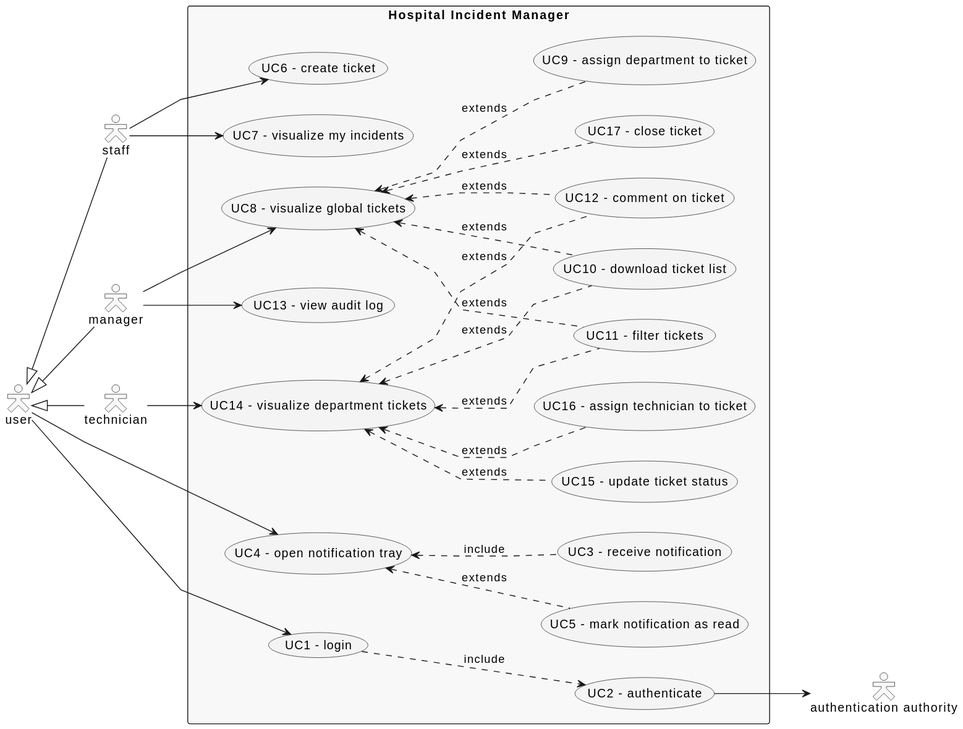
Above: diagrams/images/Scenarios.svg in mablospate/hospital-incident-manager (PlantUML), before the change.
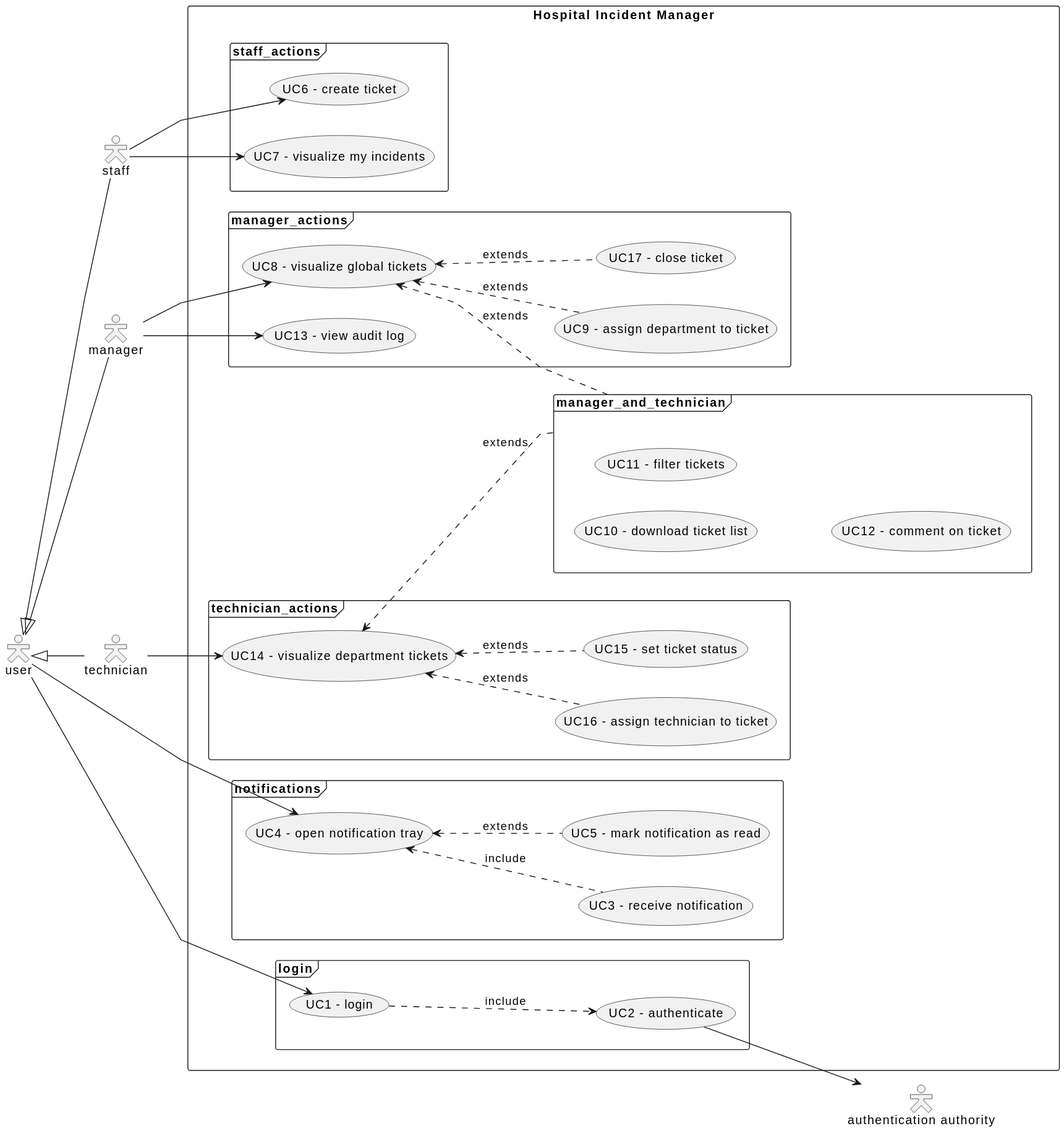
Later version of the same file.

Commit message:
README UPDATED: Diagrams themes correction, use case diagram clean-up and further development of logical view

Change to the diagram source:
```diff
@@ -1,74 +1,66 @@
 @startuml
 skinparam actorStyle Hollow
+skinparam Linetype polyline
 left to right direction
-skinparam Linetype polyline
-
-skinparam backgroundColor transparent
-!define COLOR_BG #eeeeee66
-!define COLOR_NOTE #ffff0066
-
-skinparam default {
-  BackgroundColor COLOR_BG
-}
-
-skinparam class {
-  BackgroundColor COLOR_BG
-}
-skinparam package {
-  BackgroundColor COLOR_BG
-}
-skinparam rectangle {
-  BackgroundColor COLOR_BG
-}
-skinparam component {
-  BackgroundColor COLOR_BG
-}
-skinparam note {
-  BackgroundColor COLOR_NOTE
-}
-skinparam actor {
-  BackgroundColor COLOR_BG
-}
-
-skinparam usecase {
-  BackgroundColor COLOR_BG
-}
-
 user <|-- staff
 user <|-- manager
 user <|-- technician
 
 rectangle "Hospital Incident Manager"{
-(UC1 - login).down.>(UC2 - authenticate):include
-(UC6 - create ticket)
-(UC8 - visualize global tickets)
-(UC14 - visualize department tickets)
-(UC11 - filter tickets).up.>(UC8 - visualize global tickets):extends
-(UC11 - filter tickets).up.>(UC14 - visualize department tickets):extends
-(UC10 - download ticket list).up.>(UC8 - visualize global tickets):extends
-(UC10 - download ticket list).up.>(UC14 - visualize department tickets):extends
-(UC12 - comment on ticket).up.>(UC8 - visualize global tickets):extends
-(UC12 - comment on ticket).up.>(UC14 - visualize department tickets):extends
-(UC7 - visualize my incidents)
-(UC9 - assign department to ticket).up.>(UC8 - visualize global tickets):extends
-(UC5 - mark notification as read).up.>(UC4 - open notification tray):extends
-(UC3 - receive notification) .up.> (UC4 - open notification tray) : include
-(UC13 - view audit log)
-(UC15 - update ticket status).up.>(UC14 - visualize department tickets):extends
-(UC16 - assign technician to ticket).up.>(UC14 - visualize department tickets):extends
-(UC17 - close ticket).up.>(UC8 - visualize global tickets): extends
+    frame notifications{
+        (UC4 - open notification tray) as UC4
+        (UC3 - receive notification) as UC3
+        (UC5 - mark notification as read) as UC5
+    }
+    frame login{
+        (UC1 - login) as UC1
+        (UC2 - authenticate) as UC2
+    }
+
+    frame staff_actions{
+        (UC6 - create ticket) as UC6
+        (UC7 - visualize my incidents) as UC7
+    }
+
+    frame manager_actions{
+        (UC8 - visualize global tickets) as UC8
+        (UC9 - assign department to ticket) as UC9
+        (UC17 - close ticket) as UC17
+        (UC13 - view audit log) as UC13
+    }
+
+    frame technician_actions{
+        (UC14 - visualize department tickets) as UC14
+        (UC16 - assign technician to ticket) as UC16
+        (UC15 - set ticket status) as UC15
+    }
+
+    frame manager_and_technician{
+        (UC10 - download ticket list) as UC10
+        (UC11 - filter tickets) as UC11
+        (UC12 - comment on ticket) as UC12
+    }
+UC1 ..> UC2:include
+manager_and_technician .up.> UC8:extends
+manager_and_technician .up.> UC14:extends
+UC9 .up.> UC8:extends
+UC5 .up.> UC4:extends
+UC3 .up.> UC4 : include
+UC15 .up.> UC14:extends
+UC16 .up.> UC14:extends
+UC17 .up.> UC8: extends
 }
 
-user --> (UC1 - login)
-user --> (UC4 - open notification tray)
+user -down-> UC1
+user -down-> UC4
 
-staff --> (UC6 - create ticket)
-staff --> (UC7 - visualize my incidents)
+staff -down-> UC6
+staff -down-> UC7
 
-manager --> (UC8 - visualize global tickets)
-manager --> (UC13 - view audit log)
+manager -down-> UC8
+manager -down-> UC13
 
-technician --> (UC14 - visualize department tickets)
+technician -down-> UC14
 
-(UC2 - authenticate) --> "authentication authority"
+UC2 -down-> "authentication authority"
 @enduml
```
